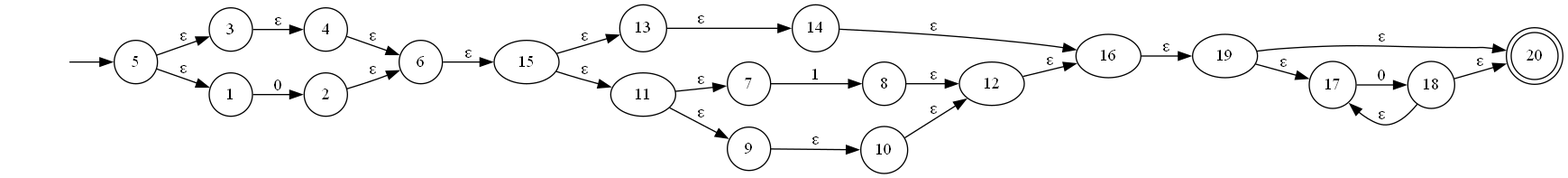
oscarparedez/compiler-project-1 keeps this Graphviz diagram as NFA.gv.png. Above is the earlier version. Its source is kept beside it as NFA.gv. The source it was exported from:
```dot
digraph NFA {
	graph [rankdir=LR]
	"" [label="" shape=plaintext]
	20 [label=20 shape=doublecircle]
	4 [label=4 shape=circle]
	7 [label=7 shape=circle]
	8 [label=8 shape=circle]
	2 [label=2 shape=circle]
	14 [label=14 shape=circle]
	3 [label=3 shape=circle]
	13 [label=13 shape=circle]
	9 [label=9 shape=circle]
	10 [label=10 shape=circle]
	6 [label=6 shape=circle]
	5 [label=5 shape=circle]
	18 [label=18 shape=circle]
	17 [label=17 shape=circle]
	1 [label=1 shape=circle]
	"" -> 5 [label=""]
	16 -> 19 [label="ε"]
	6 -> 15 [label="ε"]
	5 -> 3 [label="ε"]
	5 -> 1 [label="ε"]
	2 -> 6 [label="ε"]
	4 -> 6 [label="ε"]
	1 -> 2 [label=0]
	3 -> 4 [label="ε"]
	15 -> 13 [label="ε"]
	15 -> 11 [label="ε"]
	12 -> 16 [label="ε"]
	14 -> 16 [label="ε"]
	11 -> 7 [label="ε"]
	11 -> 9 [label="ε"]
	8 -> 12 [label="ε"]
	10 -> 12 [label="ε"]
	7 -> 8 [label=1]
	9 -> 10 [label="ε"]
	13 -> 14 [label="ε"]
	19 -> 20 [label="ε"]
	19 -> 17 [label="ε"]
	18 -> 20 [label="ε"]
	18 -> 17 [label="ε"]
	17 -> 18 [label=0]
}
```
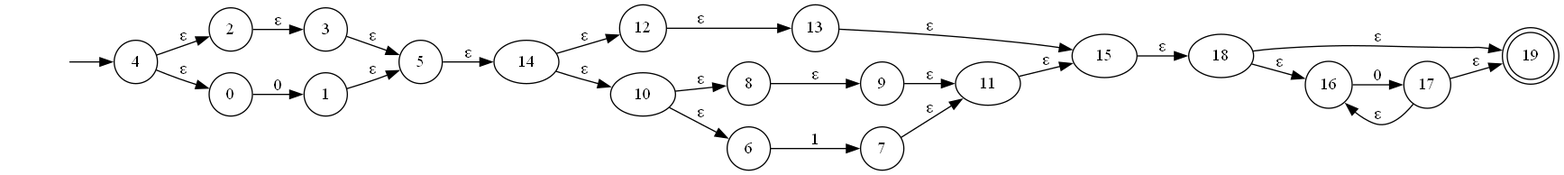
After the change.

Diff of the diagram source:
```diff
@@ -1,44 +1,44 @@
 digraph NFA {
 	graph [rankdir=LR]
 	"" [label="" shape=plaintext]
-	20 [label=20 shape=doublecircle]
+	19 [label=19 shape=doublecircle]
+	8 [label=8 shape=circle]
+	16 [label=16 shape=circle]
 	4 [label=4 shape=circle]
+	2 [label=2 shape=circle]
+	13 [label=13 shape=circle]
+	12 [label=12 shape=circle]
+	1 [label=1 shape=circle]
+	3 [label=3 shape=circle]
 	7 [label=7 shape=circle]
-	8 [label=8 shape=circle]
-	2 [label=2 shape=circle]
-	14 [label=14 shape=circle]
-	3 [label=3 shape=circle]
-	13 [label=13 shape=circle]
+	17 [label=17 shape=circle]
+	0 [label=0 shape=circle]
 	9 [label=9 shape=circle]
-	10 [label=10 shape=circle]
 	6 [label=6 shape=circle]
 	5 [label=5 shape=circle]
-	18 [label=18 shape=circle]
-	17 [label=17 shape=circle]
-	1 [label=1 shape=circle]
-	"" -> 5 [label=""]
-	16 -> 19 [label="ε"]
-	6 -> 15 [label="ε"]
-	5 -> 3 [label="ε"]
-	5 -> 1 [label="ε"]
-	2 -> 6 [label="ε"]
-	4 -> 6 [label="ε"]
-	1 -> 2 [label=0]
-	3 -> 4 [label="ε"]
-	15 -> 13 [label="ε"]
-	15 -> 11 [label="ε"]
-	12 -> 16 [label="ε"]
-	14 -> 16 [label="ε"]
-	11 -> 7 [label="ε"]
-	11 -> 9 [label="ε"]
-	8 -> 12 [label="ε"]
-	10 -> 12 [label="ε"]
-	7 -> 8 [label=1]
-	9 -> 10 [label="ε"]
-	13 -> 14 [label="ε"]
-	19 -> 20 [label="ε"]
-	19 -> 17 [label="ε"]
-	18 -> 20 [label="ε"]
-	18 -> 17 [label="ε"]
-	17 -> 18 [label=0]
+	"" -> 4 [label=""]
+	15 -> 18 [label="ε"]
+	5 -> 14 [label="ε"]
+	4 -> 0 [label="ε"]
+	4 -> 2 [label="ε"]
+	1 -> 5 [label="ε"]
+	3 -> 5 [label="ε"]
+	0 -> 1 [label=0]
+	2 -> 3 [label="ε"]
+	14 -> 12 [label="ε"]
+	14 -> 10 [label="ε"]
+	11 -> 15 [label="ε"]
+	13 -> 15 [label="ε"]
+	10 -> 8 [label="ε"]
+	10 -> 6 [label="ε"]
+	7 -> 11 [label="ε"]
+	9 -> 11 [label="ε"]
+	6 -> 7 [label=1]
+	8 -> 9 [label="ε"]
+	12 -> 13 [label="ε"]
+	18 -> 19 [label="ε"]
+	18 -> 16 [label="ε"]
+	17 -> 19 [label="ε"]
+	17 -> 16 [label="ε"]
+	16 -> 17 [label=0]
 }
```
